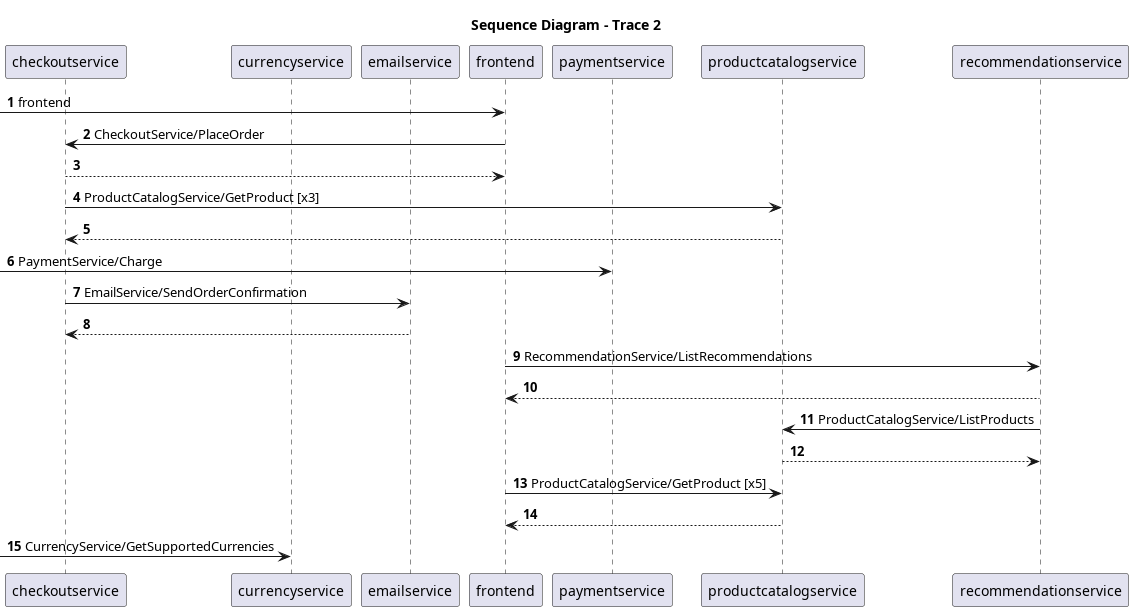
HiImLuxifer/UML_Generator keeps this PlantUML diagram as diagrams/sequence-payment.png. Above is the earlier version. Its diagram source:
```plantuml
@startuml
title Sequence Diagram - Trace 2
autonumber

participant "checkoutservice" as checkoutservice
participant "currencyservice" as currencyservice
participant "emailservice" as emailservice
participant "frontend" as frontend
participant "paymentservice" as paymentservice
participant "productcatalogservice" as productcatalogservice
participant "recommendationservice" as recommendationservice

[-> frontend: frontend
frontend -> checkoutservice: CheckoutService/PlaceOrder
checkoutservice --> frontend
checkoutservice -> productcatalogservice: ProductCatalogService/GetProduct [x3]
productcatalogservice --> checkoutservice
[-> paymentservice: PaymentService/Charge
checkoutservice -> emailservice: EmailService/SendOrderConfirmation
emailservice --> checkoutservice
frontend -> recommendationservice: RecommendationService/ListRecommendations
recommendationservice --> frontend
recommendationservice -> productcatalogservice: ProductCatalogService/ListProducts
productcatalogservice --> recommendationservice
frontend -> productcatalogservice: ProductCatalogService/GetProduct [x5]
productcatalogservice --> frontend
[-> currencyservice: CurrencyService/GetSupportedCurrencies

@enduml
```
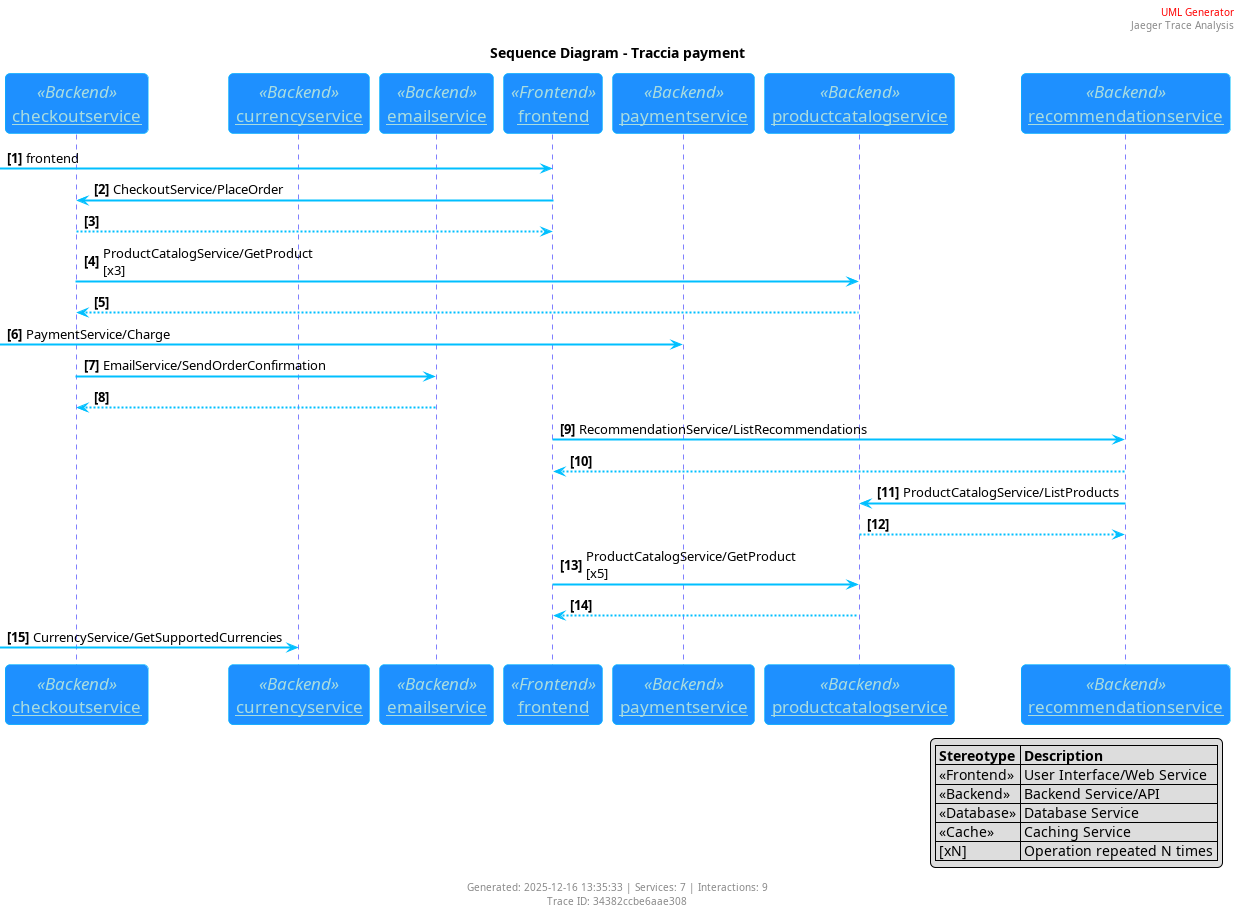
The same diagram one commit later.

The edit, as a diff of the source:
```diff
@@ -1,14 +1,44 @@
 @startuml
-title Sequence Diagram - Trace 2
-autonumber
 
-participant "checkoutservice" as checkoutservice
-participant "currencyservice" as currencyservice
-participant "emailservice" as emailservice
-participant "frontend" as frontend
-participant "paymentservice" as paymentservice
-participant "productcatalogservice" as productcatalogservice
-participant "recommendationservice" as recommendationservice
+skinparam sequenceArrowThickness 2
+skinparam roundcorner 10
+skinparam maxMessageSize 200
+skinparam sequenceParticipant underline
+
+skinparam sequence {
+  ArrowColor DeepSkyBlue
+  ActorBorderColor DeepSkyBlue
+  LifeLineBorderColor blue
+  LifeLineBackgroundColor #A9DCDF
+  ParticipantBorderColor DeepSkyBlue
+  ParticipantBackgroundColor DodgerBlue
+  ParticipantFontName Impact
+  ParticipantFontSize 17
+  ParticipantFontColor #A9DCDF
+  ActorBackgroundColor aqua
+  ActorFontColor DeepSkyBlue
+  ActorFontSize 17
+  ActorFontName Aapex
+  BoxBorderColor GreenYellow
+  BoxFontSize 12
+}
+
+title Sequence Diagram - Traccia payment
+
+header
+  <font color=red>UML Generator</font>
+  Jaeger Trace Analysis
+endheader
+
+autonumber "<b>[0]"
+
+participant "checkoutservice" as checkoutservice <<Backend>>
+participant "currencyservice" as currencyservice <<Backend>>
+participant "emailservice" as emailservice <<Backend>>
+participant "frontend" as frontend <<Frontend>>
+participant "paymentservice" as paymentservice <<Backend>>
+participant "productcatalogservice" as productcatalogservice <<Backend>>
+participant "recommendationservice" as recommendationservice <<Backend>>
 
 [-> frontend: frontend
 frontend -> checkoutservice: CheckoutService/PlaceOrder
@@ -26,4 +56,18 @@
 productcatalogservice --> frontend
 [-> currencyservice: CurrencyService/GetSupportedCurrencies
 
+legend right
+  |= Stereotype |= Description |
+  | <<Frontend>> | User Interface/Web Service |
+  | <<Backend>> | Backend Service/API |
+  | <<Database>> | Database Service |
+  | <<Cache>> | Caching Service |
+  | [xN] | Operation repeated N times |
+endlegend
+
+footer
+  Generated: 2025-12-16 13:35:33 | Services: 7 | Interactions: 9
+  Trace ID: 34382ccbe6aae308
+endfooter
+
 @enduml
```
